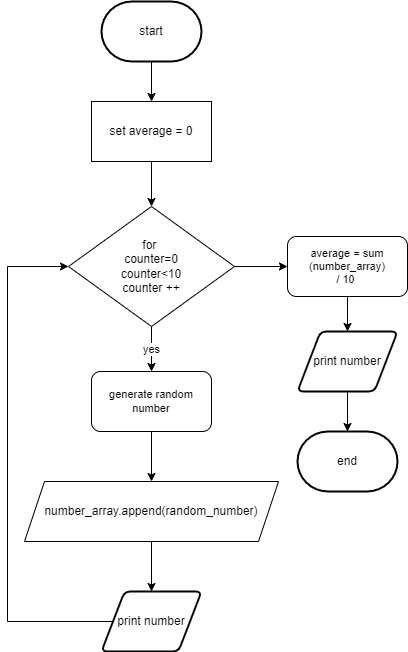
Above: flow.png in devin-jhu/ICS3U-Unit6-06-Python (draw.io), before the change. Source tidied: cells renumbered, new cells last; positions are measured from the earlier drawing's top-left corner, leaving out a move shared by most shapes. The source it was exported from:
```xml
<mxGraphModel>
  <root>
    <mxCell id="0" />
    <mxCell id="1" parent="0" />
    <mxCell id="2" style="edgeStyle=orthogonalEdgeStyle;shape=connector;rounded=0;html=1;exitX=0;exitY=0.5;exitDx=0;exitDy=0;entryX=0;entryY=0.5;entryDx=0;entryDy=0;labelBackgroundColor=default;fontFamily=Helvetica;fontSize=11;fontColor=default;endArrow=classic;strokeColor=default;" parent="1" edge="1" source="3" target="7">
      <mxGeometry relative="1" as="geometry">
        <Array as="points">
          <mxPoint y="620" />
          <mxPoint y="265" />
        </Array>
      </mxGeometry>
    </mxCell>
    <mxCell id="3" value="print number" style="shape=parallelogram;html=1;strokeWidth=2;perimeter=parallelogramPerimeter;whiteSpace=wrap;rounded=1;arcSize=12;size=0.23;" parent="1" vertex="1">
      <mxGeometry x="94" y="590" width="100" height="60" as="geometry" />
    </mxCell>
    <mxCell id="4" value="end" style="strokeWidth=2;html=1;shape=mxgraph.flowchart.terminator;whiteSpace=wrap;" parent="1" vertex="1">
      <mxGeometry x="290" y="430" width="100" height="60" as="geometry" />
    </mxCell>
    <mxCell id="5" value="yes" style="edgeStyle=orthogonalEdgeStyle;shape=connector;rounded=0;html=1;exitX=0.5;exitY=1;exitDx=0;exitDy=0;entryX=0.5;entryY=0;entryDx=0;entryDy=0;labelBackgroundColor=default;fontFamily=Helvetica;fontSize=11;fontColor=default;endArrow=classic;strokeColor=default;" parent="1" edge="1" source="7" target="11">
      <mxGeometry relative="1" as="geometry" />
    </mxCell>
    <mxCell id="6" style="edgeStyle=orthogonalEdgeStyle;shape=connector;rounded=0;html=1;exitX=1;exitY=0.5;exitDx=0;exitDy=0;entryX=0;entryY=0.5;entryDx=0;entryDy=0;labelBackgroundColor=default;fontFamily=Helvetica;fontSize=11;fontColor=default;endArrow=classic;strokeColor=default;" parent="1" edge="1" source="7" target="17">
      <mxGeometry relative="1" as="geometry" />
    </mxCell>
    <mxCell id="7" value="for&amp;nbsp;&lt;br&gt;counter=0&lt;br&gt;counter&amp;lt;10&lt;br&gt;counter ++" style="rhombus;whiteSpace=wrap;html=1;" parent="1" vertex="1">
      <mxGeometry x="61" y="205" width="166" height="120" as="geometry" />
    </mxCell>
    <mxCell id="8" style="edgeStyle=orthogonalEdgeStyle;shape=connector;rounded=0;html=1;exitX=0.5;exitY=1;exitDx=0;exitDy=0;entryX=0.5;entryY=0;entryDx=0;entryDy=0;labelBackgroundColor=default;fontFamily=Helvetica;fontSize=11;fontColor=default;endArrow=classic;strokeColor=default;" parent="1" edge="1" source="9" target="3">
      <mxGeometry relative="1" as="geometry" />
    </mxCell>
    <mxCell id="9" value="number_array.append(random_number)" style="shape=parallelogram;perimeter=parallelogramPerimeter;whiteSpace=wrap;html=1;fixedSize=1;" parent="1" vertex="1">
      <mxGeometry x="17" y="480" width="254" height="60" as="geometry" />
    </mxCell>
    <mxCell id="10" style="edgeStyle=orthogonalEdgeStyle;shape=connector;rounded=0;html=1;exitX=0.5;exitY=1;exitDx=0;exitDy=0;labelBackgroundColor=default;fontFamily=Helvetica;fontSize=11;fontColor=default;endArrow=classic;strokeColor=default;" parent="1" edge="1" source="11" target="9">
      <mxGeometry relative="1" as="geometry" />
    </mxCell>
    <mxCell id="11" value="generate random number" style="rounded=1;whiteSpace=wrap;html=1;fontFamily=Helvetica;fontSize=11;fontColor=default;" parent="1" vertex="1">
      <mxGeometry x="84" y="370" width="120" height="60" as="geometry" />
    </mxCell>
    <mxCell id="12" style="edgeStyle=orthogonalEdgeStyle;shape=connector;rounded=0;html=1;exitX=0.5;exitY=1;exitDx=0;exitDy=0;exitPerimeter=0;entryX=0.5;entryY=0;entryDx=0;entryDy=0;labelBackgroundColor=default;fontFamily=Helvetica;fontSize=11;fontColor=default;endArrow=classic;strokeColor=default;" parent="1" edge="1" source="13" target="15">
      <mxGeometry relative="1" as="geometry" />
    </mxCell>
    <mxCell id="13" value="start" style="strokeWidth=2;html=1;shape=mxgraph.flowchart.terminator;whiteSpace=wrap;" parent="1" vertex="1">
      <mxGeometry x="94" width="100" height="60" as="geometry" />
    </mxCell>
    <mxCell id="14" style="edgeStyle=orthogonalEdgeStyle;shape=connector;rounded=0;html=1;exitX=0.5;exitY=1;exitDx=0;exitDy=0;entryX=0.5;entryY=0;entryDx=0;entryDy=0;labelBackgroundColor=default;fontFamily=Helvetica;fontSize=11;fontColor=default;endArrow=classic;strokeColor=default;" parent="1" edge="1" source="15" target="7">
      <mxGeometry relative="1" as="geometry" />
    </mxCell>
    <mxCell id="15" value="set average = 0" style="rounded=0;whiteSpace=wrap;html=1;" parent="1" vertex="1">
      <mxGeometry x="84" y="100" width="120" height="60" as="geometry" />
    </mxCell>
    <mxCell id="16" style="edgeStyle=orthogonalEdgeStyle;shape=connector;rounded=0;html=1;exitX=0.5;exitY=1;exitDx=0;exitDy=0;entryX=0.5;entryY=0;entryDx=0;entryDy=0;labelBackgroundColor=default;fontFamily=Helvetica;fontSize=11;fontColor=default;endArrow=classic;strokeColor=default;" parent="1" edge="1" source="17" target="19">
      <mxGeometry relative="1" as="geometry" />
    </mxCell>
    <mxCell id="17" value="average = sum (number_array)&lt;br&gt;/ 10&amp;nbsp;" style="rounded=1;whiteSpace=wrap;html=1;fontFamily=Helvetica;fontSize=11;fontColor=default;" parent="1" vertex="1">
      <mxGeometry x="280" y="235" width="120" height="60" as="geometry" />
    </mxCell>
    <mxCell id="18" style="edgeStyle=orthogonalEdgeStyle;shape=connector;rounded=0;html=1;exitX=0.5;exitY=1;exitDx=0;exitDy=0;entryX=0.5;entryY=0;entryDx=0;entryDy=0;entryPerimeter=0;labelBackgroundColor=default;fontFamily=Helvetica;fontSize=11;fontColor=default;endArrow=classic;strokeColor=default;" parent="1" edge="1" source="19" target="4">
      <mxGeometry relative="1" as="geometry" />
    </mxCell>
    <mxCell id="19" value="print number" style="shape=parallelogram;html=1;strokeWidth=2;perimeter=parallelogramPerimeter;whiteSpace=wrap;rounded=1;arcSize=12;size=0.23;" parent="1" vertex="1">
      <mxGeometry x="290" y="330" width="100" height="60" as="geometry" />
    </mxCell>
  </root>
</mxGraphModel>
```
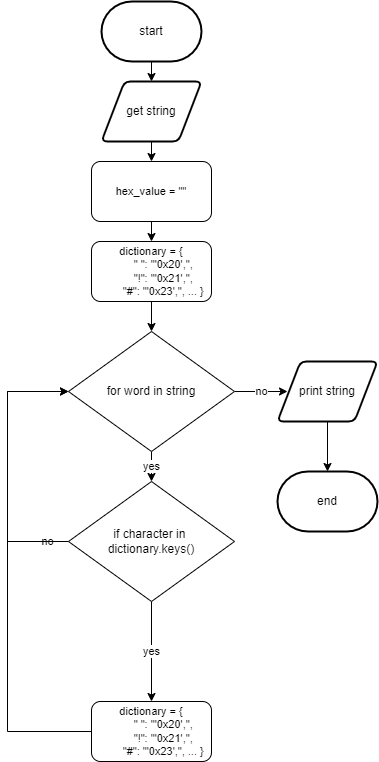
The same diagram one commit later.

The edit, as a diff of the source:
```diff
@@ -2,64 +2,80 @@
   <root>
     <mxCell id="0" />
     <mxCell id="1" parent="0" />
-    <mxCell id="2" style="edgeStyle=orthogonalEdgeStyle;shape=connector;rounded=0;html=1;exitX=0;exitY=0.5;exitDx=0;exitDy=0;entryX=0;entryY=0.5;entryDx=0;entryDy=0;labelBackgroundColor=default;fontFamily=Helvetica;fontSize=11;fontColor=default;endArrow=classic;strokeColor=default;" parent="1" edge="1" source="3" target="7">
+    <mxCell id="2" style="edgeStyle=orthogonalEdgeStyle;shape=connector;rounded=0;html=1;exitX=0;exitY=0.5;exitDx=0;exitDy=0;entryX=0;entryY=0.5;entryDx=0;entryDy=0;labelBackgroundColor=default;fontFamily=Helvetica;fontSize=11;fontColor=default;endArrow=classic;strokeColor=default;" parent="1" edge="1" target="7">
       <mxGeometry relative="1" as="geometry">
+        <mxPoint x="105.5" y="620" as="sourcePoint" />
         <Array as="points">
           <mxPoint y="620" />
-          <mxPoint y="265" />
+          <mxPoint y="280" />
         </Array>
       </mxGeometry>
     </mxCell>
-    <mxCell id="3" value="print number" style="shape=parallelogram;html=1;strokeWidth=2;perimeter=parallelogramPerimeter;whiteSpace=wrap;rounded=1;arcSize=12;size=0.23;" parent="1" vertex="1">
-      <mxGeometry x="94" y="590" width="100" height="60" as="geometry" />
-    </mxCell>
     <mxCell id="4" value="end" style="strokeWidth=2;html=1;shape=mxgraph.flowchart.terminator;whiteSpace=wrap;" parent="1" vertex="1">
-      <mxGeometry x="290" y="430" width="100" height="60" as="geometry" />
+      <mxGeometry x="270" y="360" width="100" height="60" as="geometry" />
     </mxCell>
-    <mxCell id="5" value="yes" style="edgeStyle=orthogonalEdgeStyle;shape=connector;rounded=0;html=1;exitX=0.5;exitY=1;exitDx=0;exitDy=0;entryX=0.5;entryY=0;entryDx=0;entryDy=0;labelBackgroundColor=default;fontFamily=Helvetica;fontSize=11;fontColor=default;endArrow=classic;strokeColor=default;" parent="1" edge="1" source="7" target="11">
-      <mxGeometry relative="1" as="geometry" />
+    <mxCell id="5" value="yes" style="edgeStyle=orthogonalEdgeStyle;shape=connector;rounded=0;html=1;exitX=0.5;exitY=1;exitDx=0;exitDy=0;entryX=0.5;entryY=0;entryDx=0;entryDy=0;labelBackgroundColor=default;fontFamily=Helvetica;fontSize=11;fontColor=default;endArrow=classic;strokeColor=default;" parent="1" edge="1" source="7">
+      <mxGeometry relative="1" as="geometry">
+        <mxPoint x="144" y="370" as="targetPoint" />
+      </mxGeometry>
     </mxCell>
-    <mxCell id="6" style="edgeStyle=orthogonalEdgeStyle;shape=connector;rounded=0;html=1;exitX=1;exitY=0.5;exitDx=0;exitDy=0;entryX=0;entryY=0.5;entryDx=0;entryDy=0;labelBackgroundColor=default;fontFamily=Helvetica;fontSize=11;fontColor=default;endArrow=classic;strokeColor=default;" parent="1" edge="1" source="7" target="17">
-      <mxGeometry relative="1" as="geometry" />
+    <mxCell id="6" value="no" style="edgeStyle=orthogonalEdgeStyle;shape=connector;rounded=0;html=1;exitX=1;exitY=0.5;exitDx=0;exitDy=0;entryX=0;entryY=0.5;entryDx=0;entryDy=0;labelBackgroundColor=default;fontFamily=Helvetica;fontSize=11;fontColor=default;endArrow=classic;strokeColor=default;" parent="1" edge="1" source="7">
+      <mxGeometry relative="1" as="geometry">
+        <mxPoint x="280" y="280" as="targetPoint" />
+      </mxGeometry>
     </mxCell>
-    <mxCell id="7" value="for&amp;nbsp;&lt;br&gt;counter=0&lt;br&gt;counter&amp;lt;10&lt;br&gt;counter ++" style="rhombus;whiteSpace=wrap;html=1;" parent="1" vertex="1">
-      <mxGeometry x="61" y="205" width="166" height="120" as="geometry" />
+    <mxCell id="7" value="for word in string" style="rhombus;whiteSpace=wrap;html=1;" parent="1" vertex="1">
+      <mxGeometry x="61" y="220" width="166" height="120" as="geometry" />
     </mxCell>
-    <mxCell id="8" style="edgeStyle=orthogonalEdgeStyle;shape=connector;rounded=0;html=1;exitX=0.5;exitY=1;exitDx=0;exitDy=0;entryX=0.5;entryY=0;entryDx=0;entryDy=0;labelBackgroundColor=default;fontFamily=Helvetica;fontSize=11;fontColor=default;endArrow=classic;strokeColor=default;" parent="1" edge="1" source="9" target="3">
-      <mxGeometry relative="1" as="geometry" />
-    </mxCell>
-    <mxCell id="9" value="number_array.append(random_number)" style="shape=parallelogram;perimeter=parallelogramPerimeter;whiteSpace=wrap;html=1;fixedSize=1;" parent="1" vertex="1">
-      <mxGeometry x="17" y="480" width="254" height="60" as="geometry" />
-    </mxCell>
-    <mxCell id="10" style="edgeStyle=orthogonalEdgeStyle;shape=connector;rounded=0;html=1;exitX=0.5;exitY=1;exitDx=0;exitDy=0;labelBackgroundColor=default;fontFamily=Helvetica;fontSize=11;fontColor=default;endArrow=classic;strokeColor=default;" parent="1" edge="1" source="11" target="9">
-      <mxGeometry relative="1" as="geometry" />
-    </mxCell>
-    <mxCell id="11" value="generate random number" style="rounded=1;whiteSpace=wrap;html=1;fontFamily=Helvetica;fontSize=11;fontColor=default;" parent="1" vertex="1">
-      <mxGeometry x="84" y="370" width="120" height="60" as="geometry" />
-    </mxCell>
-    <mxCell id="12" style="edgeStyle=orthogonalEdgeStyle;shape=connector;rounded=0;html=1;exitX=0.5;exitY=1;exitDx=0;exitDy=0;exitPerimeter=0;entryX=0.5;entryY=0;entryDx=0;entryDy=0;labelBackgroundColor=default;fontFamily=Helvetica;fontSize=11;fontColor=default;endArrow=classic;strokeColor=default;" parent="1" edge="1" source="13" target="15">
-      <mxGeometry relative="1" as="geometry" />
-    </mxCell>
+    <mxCell id="20" style="edgeStyle=orthogonalEdgeStyle;shape=connector;rounded=0;html=1;exitX=0.5;exitY=1;exitDx=0;exitDy=0;exitPerimeter=0;entryX=0.5;entryY=0;entryDx=0;entryDy=0;labelBackgroundColor=default;fontFamily=Helvetica;fontSize=11;fontColor=default;endArrow=classic;strokeColor=default;" parent="1" edge="1" source="13" target="22">
+      <mxGeometry relative="1" as="geometry" />
+    </mxCell>
     <mxCell id="13" value="start" style="strokeWidth=2;html=1;shape=mxgraph.flowchart.terminator;whiteSpace=wrap;" parent="1" vertex="1">
-      <mxGeometry x="94" width="100" height="60" as="geometry" />
+      <mxGeometry x="94" y="-110" width="100" height="60" as="geometry" />
     </mxCell>
-    <mxCell id="14" style="edgeStyle=orthogonalEdgeStyle;shape=connector;rounded=0;html=1;exitX=0.5;exitY=1;exitDx=0;exitDy=0;entryX=0.5;entryY=0;entryDx=0;entryDy=0;labelBackgroundColor=default;fontFamily=Helvetica;fontSize=11;fontColor=default;endArrow=classic;strokeColor=default;" parent="1" edge="1" source="15" target="7">
-      <mxGeometry relative="1" as="geometry" />
-    </mxCell>
-    <mxCell id="15" value="set average = 0" style="rounded=0;whiteSpace=wrap;html=1;" parent="1" vertex="1">
-      <mxGeometry x="84" y="100" width="120" height="60" as="geometry" />
-    </mxCell>
-    <mxCell id="16" style="edgeStyle=orthogonalEdgeStyle;shape=connector;rounded=0;html=1;exitX=0.5;exitY=1;exitDx=0;exitDy=0;entryX=0.5;entryY=0;entryDx=0;entryDy=0;labelBackgroundColor=default;fontFamily=Helvetica;fontSize=11;fontColor=default;endArrow=classic;strokeColor=default;" parent="1" edge="1" source="17" target="19">
-      <mxGeometry relative="1" as="geometry" />
-    </mxCell>
-    <mxCell id="17" value="average = sum (number_array)&lt;br&gt;/ 10&amp;nbsp;" style="rounded=1;whiteSpace=wrap;html=1;fontFamily=Helvetica;fontSize=11;fontColor=default;" parent="1" vertex="1">
-      <mxGeometry x="280" y="235" width="120" height="60" as="geometry" />
-    </mxCell>
     <mxCell id="18" style="edgeStyle=orthogonalEdgeStyle;shape=connector;rounded=0;html=1;exitX=0.5;exitY=1;exitDx=0;exitDy=0;entryX=0.5;entryY=0;entryDx=0;entryDy=0;entryPerimeter=0;labelBackgroundColor=default;fontFamily=Helvetica;fontSize=11;fontColor=default;endArrow=classic;strokeColor=default;" parent="1" edge="1" source="19" target="4">
       <mxGeometry relative="1" as="geometry" />
     </mxCell>
-    <mxCell id="19" value="print number" style="shape=parallelogram;html=1;strokeWidth=2;perimeter=parallelogramPerimeter;whiteSpace=wrap;rounded=1;arcSize=12;size=0.23;" parent="1" vertex="1">
-      <mxGeometry x="290" y="330" width="100" height="60" as="geometry" />
+    <mxCell id="19" value="print string" style="shape=parallelogram;html=1;strokeWidth=2;perimeter=parallelogramPerimeter;whiteSpace=wrap;rounded=1;arcSize=12;size=0.23;" parent="1" vertex="1">
+      <mxGeometry x="270" y="250" width="100" height="60" as="geometry" />
     </mxCell>
+    <mxCell id="21" style="edgeStyle=orthogonalEdgeStyle;shape=connector;rounded=0;html=1;exitX=0.5;exitY=1;exitDx=0;exitDy=0;labelBackgroundColor=default;fontFamily=Helvetica;fontSize=11;fontColor=default;endArrow=classic;strokeColor=default;" parent="1" edge="1" source="22" target="24">
+      <mxGeometry relative="1" as="geometry" />
+    </mxCell>
+    <mxCell id="22" value="get string" style="shape=parallelogram;html=1;strokeWidth=2;perimeter=parallelogramPerimeter;whiteSpace=wrap;rounded=1;arcSize=12;size=0.23;" parent="1" vertex="1">
+      <mxGeometry x="94" y="-30" width="100" height="60" as="geometry" />
+    </mxCell>
+    <mxCell id="23" style="edgeStyle=orthogonalEdgeStyle;shape=connector;rounded=0;html=1;exitX=0.5;exitY=1;exitDx=0;exitDy=0;entryX=0.5;entryY=0;entryDx=0;entryDy=0;labelBackgroundColor=default;fontFamily=Helvetica;fontSize=11;fontColor=default;endArrow=classic;strokeColor=default;" parent="1" edge="1" source="24" target="26">
+      <mxGeometry relative="1" as="geometry" />
+    </mxCell>
+    <mxCell id="24" value="hex_value = &quot;&quot;" style="rounded=1;whiteSpace=wrap;html=1;fontFamily=Helvetica;fontSize=11;fontColor=default;" parent="1" vertex="1">
+      <mxGeometry x="84" y="50" width="120" height="60" as="geometry" />
+    </mxCell>
+    <mxCell id="25" style="edgeStyle=orthogonalEdgeStyle;shape=connector;rounded=0;html=1;exitX=0.5;exitY=1;exitDx=0;exitDy=0;entryX=0.5;entryY=0;entryDx=0;entryDy=0;labelBackgroundColor=default;fontFamily=Helvetica;fontSize=11;fontColor=default;endArrow=classic;strokeColor=default;" parent="1" edge="1" source="26" target="7">
+      <mxGeometry relative="1" as="geometry" />
+    </mxCell>
+    <mxCell id="26" value="&lt;div&gt;dictionary = {&lt;/div&gt;&lt;div&gt;&amp;nbsp; &amp;nbsp; &amp;nbsp; &amp;nbsp; &quot; &quot;: &quot;'0x20',&quot;,&lt;/div&gt;&lt;div&gt;&amp;nbsp; &amp;nbsp; &amp;nbsp; &amp;nbsp; &quot;!&quot;: &quot;'0x21',&quot;,&lt;/div&gt;&lt;div&gt;&amp;nbsp; &amp;nbsp; &amp;nbsp; &amp;nbsp; &quot;#&quot;: &quot;'0x23',&quot;, ... }&lt;/div&gt;" style="rounded=1;whiteSpace=wrap;html=1;fontFamily=Helvetica;fontSize=11;fontColor=default;" parent="1" vertex="1">
+      <mxGeometry x="84" y="130" width="120" height="60" as="geometry" />
+    </mxCell>
+    <mxCell id="27" value="yes" style="edgeStyle=orthogonalEdgeStyle;shape=connector;rounded=0;html=1;exitX=0.5;exitY=1;exitDx=0;exitDy=0;labelBackgroundColor=default;fontFamily=Helvetica;fontSize=11;fontColor=default;endArrow=classic;strokeColor=default;" parent="1" edge="1" source="29" target="30">
+      <mxGeometry relative="1" as="geometry" />
+    </mxCell>
+    <mxCell id="28" style="edgeStyle=orthogonalEdgeStyle;shape=connector;rounded=0;html=1;exitX=0;exitY=0.5;exitDx=0;exitDy=0;entryX=0;entryY=0.5;entryDx=0;entryDy=0;labelBackgroundColor=default;fontFamily=Helvetica;fontSize=11;fontColor=default;endArrow=classic;strokeColor=default;" parent="1" edge="1" source="29" target="7">
+      <mxGeometry relative="1" as="geometry">
+        <Array as="points">
+          <mxPoint y="430" />
+          <mxPoint y="280" />
+        </Array>
+      </mxGeometry>
+    </mxCell>
+    <mxCell id="29" value="if character in &lt;br&gt;dictionary.keys()" style="rhombus;whiteSpace=wrap;html=1;" parent="1" vertex="1">
+      <mxGeometry x="61" y="370" width="166" height="120" as="geometry" />
+    </mxCell>
+    <mxCell id="30" value="&lt;div&gt;dictionary = {&lt;/div&gt;&lt;div&gt;&amp;nbsp; &amp;nbsp; &amp;nbsp; &amp;nbsp; &quot; &quot;: &quot;'0x20',&quot;,&lt;/div&gt;&lt;div&gt;&amp;nbsp; &amp;nbsp; &amp;nbsp; &amp;nbsp; &quot;!&quot;: &quot;'0x21',&quot;,&lt;/div&gt;&lt;div&gt;&amp;nbsp; &amp;nbsp; &amp;nbsp; &amp;nbsp; &quot;#&quot;: &quot;'0x23',&quot;, ... }&lt;/div&gt;" style="rounded=1;whiteSpace=wrap;html=1;fontFamily=Helvetica;fontSize=11;fontColor=default;" parent="1" vertex="1">
+      <mxGeometry x="84" y="590" width="120" height="60" as="geometry" />
+    </mxCell>
+    <mxCell id="31" value="no" style="text;html=1;align=center;verticalAlign=middle;strokeColor=none;fillColor=none;fontSize=11;fontFamily=Helvetica;fontColor=default;" parent="1" vertex="1">
+      <mxGeometry x="25" y="420" width="30" height="20" as="geometry" />
+    </mxCell>
   </root>
 </mxGraphModel>
```
